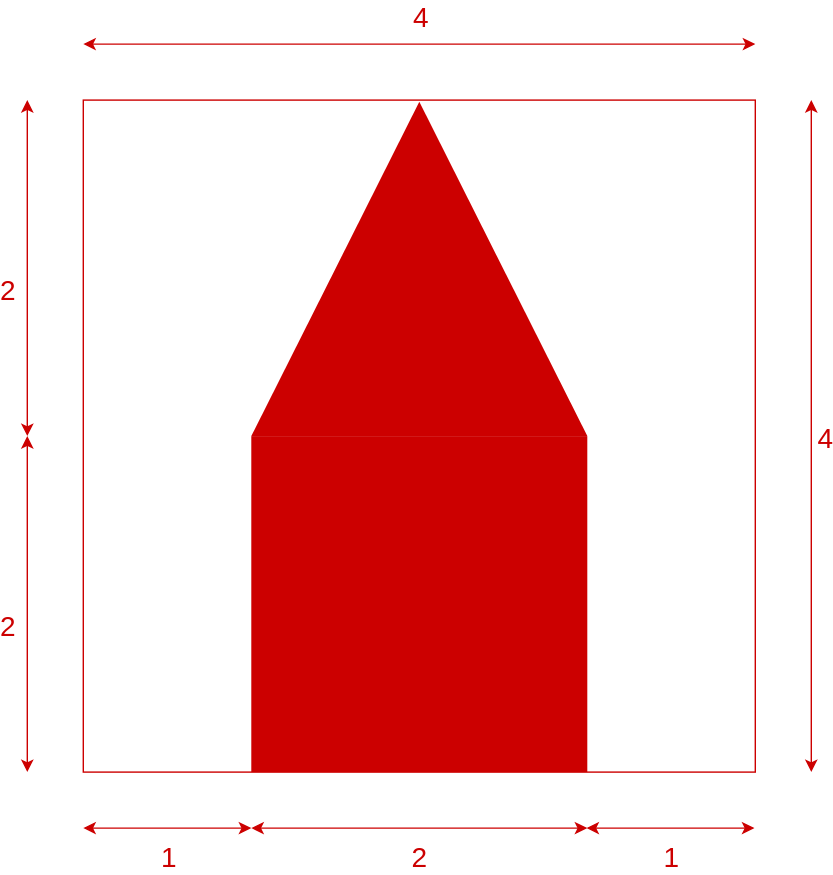
Above: dom.svg in Interes-Group/b-oop-2021-exam-ot (draw.io), before the change. Source tidied: cells renumbered, new cells last; positions are measured from the earlier drawing's top-left corner, leaving out a move shared by most shapes. Source of this version:
```xml
<mxGraphModel>
  <root>
    <mxCell id="0" />
    <mxCell id="1" parent="0" />
    <mxCell id="2" style="whiteSpace=wrap;html=1;fillColor=none;strokeColor=#cc0000;" parent="1" vertex="1">
      <mxGeometry x="40" y="40" width="480" height="480" as="geometry" />
    </mxCell>
    <mxCell id="3" style="whiteSpace=wrap;html=1;strokeColor=none;fillColor=#cc0000;" parent="1" vertex="1">
      <mxGeometry x="160" y="280" width="240" height="240" as="geometry" />
    </mxCell>
    <mxCell id="4" style="triangle;whiteSpace=wrap;html=1;rotation=-90;strokeColor=none;fillColor=#cc0000;" parent="1" vertex="1">
      <mxGeometry x="160.6" y="40.6" width="238.8" height="240" as="geometry" />
    </mxCell>
    <mxCell id="5" style="endArrow=classic;startArrow=classic;html=1;strokeColor=#cc0000;" parent="1" edge="1">
      <mxGeometry relative="1" as="geometry">
        <mxPoint y="280" as="sourcePoint" />
        <mxPoint y="40" as="targetPoint" />
      </mxGeometry>
    </mxCell>
    <mxCell id="6" value="&lt;font color=&quot;#cc0000&quot; style=&quot;font-size: 20px;&quot;&gt;2&lt;/font&gt;" style="edgeLabel;html=1;align=center;verticalAlign=middle;labelBackgroundColor=none;fontSize=20;" parent="5" vertex="1">
      <mxGeometry x="-0.2" y="-2" relative="1" as="geometry">
        <mxPoint x="-16" y="-10" as="offset" />
      </mxGeometry>
    </mxCell>
    <mxCell id="7" style="endArrow=classic;startArrow=classic;html=1;strokeColor=#cc0000;" parent="1" edge="1">
      <mxGeometry relative="1" as="geometry">
        <mxPoint y="520" as="sourcePoint" />
        <mxPoint y="280" as="targetPoint" />
      </mxGeometry>
    </mxCell>
    <mxCell id="8" value="&lt;font color=&quot;#cc0000&quot; style=&quot;font-size: 20px;&quot;&gt;2&lt;/font&gt;" style="edgeLabel;html=1;align=center;verticalAlign=middle;labelBackgroundColor=none;fontSize=20;" parent="7" vertex="1">
      <mxGeometry x="-0.2" y="-2" relative="1" as="geometry">
        <mxPoint x="-16" y="-10" as="offset" />
      </mxGeometry>
    </mxCell>
    <mxCell id="9" style="endArrow=classic;startArrow=classic;html=1;strokeColor=#cc0000;" parent="1" edge="1">
      <mxGeometry relative="1" as="geometry">
        <mxPoint x="560" y="520" as="sourcePoint" />
        <mxPoint x="560" y="40" as="targetPoint" />
      </mxGeometry>
    </mxCell>
    <mxCell id="10" value="&lt;font color=&quot;#cc0000&quot; style=&quot;font-size: 20px&quot;&gt;4&lt;/font&gt;" style="edgeLabel;html=1;align=center;verticalAlign=middle;labelBackgroundColor=none;fontSize=20;" parent="9" vertex="1">
      <mxGeometry x="-0.2" y="-2" relative="1" as="geometry">
        <mxPoint x="8" y="-47" as="offset" />
      </mxGeometry>
    </mxCell>
    <mxCell id="11" style="endArrow=classic;startArrow=classic;html=1;strokeColor=#cc0000;" parent="1" edge="1">
      <mxGeometry relative="1" as="geometry">
        <mxPoint x="40" as="sourcePoint" />
        <mxPoint x="520" as="targetPoint" />
      </mxGeometry>
    </mxCell>
    <mxCell id="12" value="&lt;font color=&quot;#cc0000&quot; style=&quot;font-size: 20px&quot;&gt;4&lt;/font&gt;" style="edgeLabel;html=1;align=center;verticalAlign=middle;labelBackgroundColor=none;fontSize=20;" parent="11" vertex="1">
      <mxGeometry x="-0.2" y="-2" relative="1" as="geometry">
        <mxPoint x="48" y="-22" as="offset" />
      </mxGeometry>
    </mxCell>
    <mxCell id="13" style="endArrow=classic;startArrow=classic;html=1;strokeColor=#cc0000;" parent="1" edge="1">
      <mxGeometry relative="1" as="geometry">
        <mxPoint x="160" y="560" as="sourcePoint" />
        <mxPoint x="400" y="560" as="targetPoint" />
      </mxGeometry>
    </mxCell>
    <mxCell id="14" value="&lt;font color=&quot;#cc0000&quot; style=&quot;font-size: 20px;&quot;&gt;2&lt;/font&gt;" style="edgeLabel;html=1;align=center;verticalAlign=middle;labelBackgroundColor=none;fontSize=20;" parent="13" vertex="1">
      <mxGeometry x="-0.2" y="-2" relative="1" as="geometry">
        <mxPoint x="24" y="18" as="offset" />
      </mxGeometry>
    </mxCell>
    <mxCell id="15" style="endArrow=classic;startArrow=classic;html=1;strokeColor=#cc0000;" parent="1" edge="1">
      <mxGeometry relative="1" as="geometry">
        <mxPoint x="40" y="560" as="sourcePoint" />
        <mxPoint x="160" y="560" as="targetPoint" />
      </mxGeometry>
    </mxCell>
    <mxCell id="16" value="&lt;font color=&quot;#cc0000&quot; style=&quot;font-size: 20px&quot;&gt;1&lt;/font&gt;" style="edgeLabel;html=1;align=center;verticalAlign=middle;labelBackgroundColor=none;fontSize=20;" parent="15" vertex="1">
      <mxGeometry x="-0.2" y="-2" relative="1" as="geometry">
        <mxPoint x="12" y="18" as="offset" />
      </mxGeometry>
    </mxCell>
    <mxCell id="17" style="endArrow=classic;startArrow=classic;html=1;strokeColor=#cc0000;" parent="1" edge="1">
      <mxGeometry relative="1" as="geometry">
        <mxPoint x="399.4" y="560" as="sourcePoint" />
        <mxPoint x="519.4" y="560" as="targetPoint" />
      </mxGeometry>
    </mxCell>
    <mxCell id="18" value="&lt;font color=&quot;#cc0000&quot; style=&quot;font-size: 20px&quot;&gt;1&lt;/font&gt;" style="edgeLabel;html=1;align=center;verticalAlign=middle;labelBackgroundColor=none;fontSize=20;" parent="17" vertex="1">
      <mxGeometry x="-0.2" y="-2" relative="1" as="geometry">
        <mxPoint x="12" y="18" as="offset" />
      </mxGeometry>
    </mxCell>
  </root>
</mxGraphModel>
```
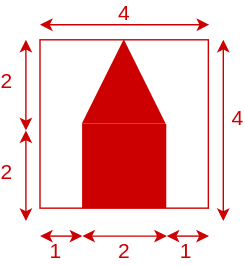
The same diagram one commit later.

Change to the diagram source:
```diff
@@ -3,89 +3,89 @@
     <mxCell id="0" />
     <mxCell id="1" parent="0" />
     <mxCell id="2" style="whiteSpace=wrap;html=1;fillColor=none;strokeColor=#cc0000;" parent="1" vertex="1">
-      <mxGeometry x="40" y="40" width="480" height="480" as="geometry" />
+      <mxGeometry x="39.1" y="-0.2" width="120.2" height="120.2" as="geometry" />
     </mxCell>
     <mxCell id="3" style="whiteSpace=wrap;html=1;strokeColor=none;fillColor=#cc0000;" parent="1" vertex="1">
-      <mxGeometry x="160" y="280" width="240" height="240" as="geometry" />
+      <mxGeometry x="69.1" y="59.9" width="60.1" height="60.1" as="geometry" />
     </mxCell>
     <mxCell id="4" style="triangle;whiteSpace=wrap;html=1;rotation=-90;strokeColor=none;fillColor=#cc0000;" parent="1" vertex="1">
-      <mxGeometry x="160.6" y="40.6" width="238.8" height="240" as="geometry" />
+      <mxGeometry x="68.7" y="-0.4" width="60.4" height="60" as="geometry" />
     </mxCell>
     <mxCell id="5" style="endArrow=classic;startArrow=classic;html=1;strokeColor=#cc0000;" parent="1" edge="1">
-      <mxGeometry relative="1" as="geometry">
-        <mxPoint y="280" as="sourcePoint" />
-        <mxPoint y="40" as="targetPoint" />
+      <mxGeometry x="69" y="229" as="geometry">
+        <mxPoint x="29" y="64.5" as="sourcePoint" />
+        <mxPoint x="29" y="-0.2" as="targetPoint" />
       </mxGeometry>
     </mxCell>
-    <mxCell id="6" value="&lt;font color=&quot;#cc0000&quot; style=&quot;font-size: 20px;&quot;&gt;2&lt;/font&gt;" style="edgeLabel;html=1;align=center;verticalAlign=middle;labelBackgroundColor=none;fontSize=20;" parent="5" vertex="1">
+    <mxCell id="6" value="&lt;font color=&quot;#cc0000&quot; style=&quot;font-size: 15px;&quot;&gt;2&lt;/font&gt;" style="edgeLabel;html=1;align=center;verticalAlign=middle;labelBackgroundColor=none;fontSize=15;" parent="5" vertex="1">
       <mxGeometry x="-0.2" y="-2" relative="1" as="geometry">
         <mxPoint x="-16" y="-10" as="offset" />
       </mxGeometry>
     </mxCell>
     <mxCell id="7" style="endArrow=classic;startArrow=classic;html=1;strokeColor=#cc0000;" parent="1" edge="1">
-      <mxGeometry relative="1" as="geometry">
-        <mxPoint y="520" as="sourcePoint" />
-        <mxPoint y="280" as="targetPoint" />
+      <mxGeometry x="69" y="229" as="geometry">
+        <mxPoint x="29" y="129.2" as="sourcePoint" />
+        <mxPoint x="29" y="64.5" as="targetPoint" />
       </mxGeometry>
     </mxCell>
-    <mxCell id="8" value="&lt;font color=&quot;#cc0000&quot; style=&quot;font-size: 20px;&quot;&gt;2&lt;/font&gt;" style="edgeLabel;html=1;align=center;verticalAlign=middle;labelBackgroundColor=none;fontSize=20;" parent="7" vertex="1">
+    <mxCell id="8" value="&lt;font color=&quot;#cc0000&quot; style=&quot;font-size: 15px;&quot;&gt;2&lt;/font&gt;" style="edgeLabel;html=1;align=center;verticalAlign=middle;labelBackgroundColor=none;fontSize=15;" parent="7" vertex="1">
       <mxGeometry x="-0.2" y="-2" relative="1" as="geometry">
         <mxPoint x="-16" y="-10" as="offset" />
       </mxGeometry>
     </mxCell>
     <mxCell id="9" style="endArrow=classic;startArrow=classic;html=1;strokeColor=#cc0000;" parent="1" edge="1">
-      <mxGeometry relative="1" as="geometry">
-        <mxPoint x="560" y="520" as="sourcePoint" />
-        <mxPoint x="560" y="40" as="targetPoint" />
+      <mxGeometry x="69" y="229" as="geometry">
+        <mxPoint x="170" y="129.2" as="sourcePoint" />
+        <mxPoint x="170" y="-0.2" as="targetPoint" />
       </mxGeometry>
     </mxCell>
-    <mxCell id="10" value="&lt;font color=&quot;#cc0000&quot; style=&quot;font-size: 20px&quot;&gt;4&lt;/font&gt;" style="edgeLabel;html=1;align=center;verticalAlign=middle;labelBackgroundColor=none;fontSize=20;" parent="9" vertex="1">
+    <mxCell id="10" value="&lt;font color=&quot;#cc0000&quot; style=&quot;font-size: 15px;&quot;&gt;4&lt;/font&gt;" style="edgeLabel;html=1;align=center;verticalAlign=middle;labelBackgroundColor=none;fontSize=15;" parent="9" vertex="1">
       <mxGeometry x="-0.2" y="-2" relative="1" as="geometry">
-        <mxPoint x="8" y="-47" as="offset" />
+        <mxPoint x="8" y="-22" as="offset" />
       </mxGeometry>
     </mxCell>
     <mxCell id="11" style="endArrow=classic;startArrow=classic;html=1;strokeColor=#cc0000;" parent="1" edge="1">
-      <mxGeometry relative="1" as="geometry">
-        <mxPoint x="40" as="sourcePoint" />
-        <mxPoint x="520" as="targetPoint" />
+      <mxGeometry x="69" y="229" as="geometry">
+        <mxPoint x="39.1" y="-11" as="sourcePoint" />
+        <mxPoint x="159.9" y="-11" as="targetPoint" />
       </mxGeometry>
     </mxCell>
-    <mxCell id="12" value="&lt;font color=&quot;#cc0000&quot; style=&quot;font-size: 20px&quot;&gt;4&lt;/font&gt;" style="edgeLabel;html=1;align=center;verticalAlign=middle;labelBackgroundColor=none;fontSize=20;" parent="11" vertex="1">
+    <mxCell id="12" value="&lt;font color=&quot;#cc0000&quot; style=&quot;font-size: 15px;&quot;&gt;4&lt;/font&gt;" style="edgeLabel;html=1;align=center;verticalAlign=middle;labelBackgroundColor=none;fontSize=15;" parent="11" vertex="1">
       <mxGeometry x="-0.2" y="-2" relative="1" as="geometry">
-        <mxPoint x="48" y="-22" as="offset" />
+        <mxPoint x="11" y="-11" as="offset" />
       </mxGeometry>
     </mxCell>
     <mxCell id="13" style="endArrow=classic;startArrow=classic;html=1;strokeColor=#cc0000;" parent="1" edge="1">
-      <mxGeometry relative="1" as="geometry">
-        <mxPoint x="160" y="560" as="sourcePoint" />
-        <mxPoint x="400" y="560" as="targetPoint" />
+      <mxGeometry x="69" y="229" as="geometry">
+        <mxPoint x="69.3" y="140" as="sourcePoint" />
+        <mxPoint x="129.7" y="140" as="targetPoint" />
       </mxGeometry>
     </mxCell>
-    <mxCell id="14" value="&lt;font color=&quot;#cc0000&quot; style=&quot;font-size: 20px;&quot;&gt;2&lt;/font&gt;" style="edgeLabel;html=1;align=center;verticalAlign=middle;labelBackgroundColor=none;fontSize=20;" parent="13" vertex="1">
+    <mxCell id="14" value="&lt;font color=&quot;#cc0000&quot; style=&quot;font-size: 15px;&quot;&gt;2&lt;/font&gt;" style="edgeLabel;html=1;align=center;verticalAlign=middle;labelBackgroundColor=none;fontSize=15;" parent="13" vertex="1">
       <mxGeometry x="-0.2" y="-2" relative="1" as="geometry">
-        <mxPoint x="24" y="18" as="offset" />
+        <mxPoint x="5" y="8" as="offset" />
       </mxGeometry>
     </mxCell>
     <mxCell id="15" style="endArrow=classic;startArrow=classic;html=1;strokeColor=#cc0000;" parent="1" edge="1">
-      <mxGeometry relative="1" as="geometry">
-        <mxPoint x="40" y="560" as="sourcePoint" />
-        <mxPoint x="160" y="560" as="targetPoint" />
+      <mxGeometry x="69" y="229" as="geometry">
+        <mxPoint x="39.1" y="140" as="sourcePoint" />
+        <mxPoint x="69.3" y="140" as="targetPoint" />
       </mxGeometry>
     </mxCell>
-    <mxCell id="16" value="&lt;font color=&quot;#cc0000&quot; style=&quot;font-size: 20px&quot;&gt;1&lt;/font&gt;" style="edgeLabel;html=1;align=center;verticalAlign=middle;labelBackgroundColor=none;fontSize=20;" parent="15" vertex="1">
+    <mxCell id="16" value="&lt;font color=&quot;#cc0000&quot; style=&quot;font-size: 15px;&quot;&gt;1&lt;/font&gt;" style="edgeLabel;html=1;align=center;verticalAlign=middle;labelBackgroundColor=none;fontSize=15;" parent="15" vertex="1">
       <mxGeometry x="-0.2" y="-2" relative="1" as="geometry">
-        <mxPoint x="12" y="18" as="offset" />
+        <mxPoint x="-1" y="8" as="offset" />
       </mxGeometry>
     </mxCell>
     <mxCell id="17" style="endArrow=classic;startArrow=classic;html=1;strokeColor=#cc0000;" parent="1" edge="1">
-      <mxGeometry relative="1" as="geometry">
-        <mxPoint x="399.4" y="560" as="sourcePoint" />
-        <mxPoint x="519.4" y="560" as="targetPoint" />
+      <mxGeometry x="69" y="229" as="geometry">
+        <mxPoint x="129.6" y="140" as="sourcePoint" />
+        <mxPoint x="159.8" y="140" as="targetPoint" />
       </mxGeometry>
     </mxCell>
-    <mxCell id="18" value="&lt;font color=&quot;#cc0000&quot; style=&quot;font-size: 20px&quot;&gt;1&lt;/font&gt;" style="edgeLabel;html=1;align=center;verticalAlign=middle;labelBackgroundColor=none;fontSize=20;" parent="17" vertex="1">
+    <mxCell id="18" value="&lt;font color=&quot;#cc0000&quot; style=&quot;font-size: 15px;&quot;&gt;1&lt;/font&gt;" style="edgeLabel;html=1;align=center;verticalAlign=middle;labelBackgroundColor=none;fontSize=15;" parent="17" vertex="1">
       <mxGeometry x="-0.2" y="-2" relative="1" as="geometry">
-        <mxPoint x="12" y="18" as="offset" />
+        <mxPoint x="1" y="8" as="offset" />
       </mxGeometry>
     </mxCell>
   </root>
```
